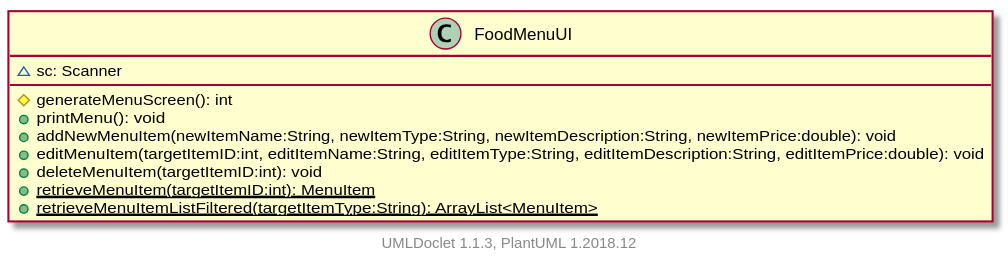
The PlantUML diagram projects/oodp/html/umlversion/uml/sg.edu.ntu.scse.cz2002.ui.FoodMenuUI.svg in itachi1706/How-to-use-Git-NTUSCSE1819-Site, before a commit.
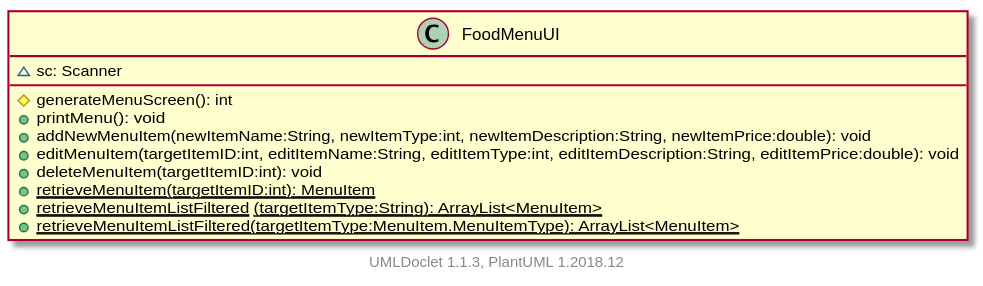
The same diagram one commit later.

Change to the diagram source:
```diff
@@ -4,11 +4,12 @@
         ~sc: Scanner
         #generateMenuScreen(): int
         +printMenu(): void
-        +addNewMenuItem(newItemName:String, newItemType:String, newItemDescription:String, newItemPrice:double): void
-        +editMenuItem(targetItemID:int, editItemName:String, editItemType:String, editItemDescription:String, editItemPrice:double): void
+        +addNewMenuItem(newItemName:String, newItemType:int, newItemDescription:String, newItemPrice:double): void
+        +editMenuItem(targetItemID:int, editItemName:String, editItemType:int, editItemDescription:String, editItemPrice:double): void
         +deleteMenuItem(targetItemID:int): void
         {static} +retrieveMenuItem(targetItemID:int): MenuItem
-        {static} +retrieveMenuItemListFiltered(targetItemType:String): ArrayList<MenuItem>
+        {static} + --retrieveMenuItemListFiltered-- (targetItemType:String): ArrayList<MenuItem>
+        {static} +retrieveMenuItemListFiltered(targetItemType:MenuItem.MenuItemType): ArrayList<MenuItem>
     }
 
 
```
